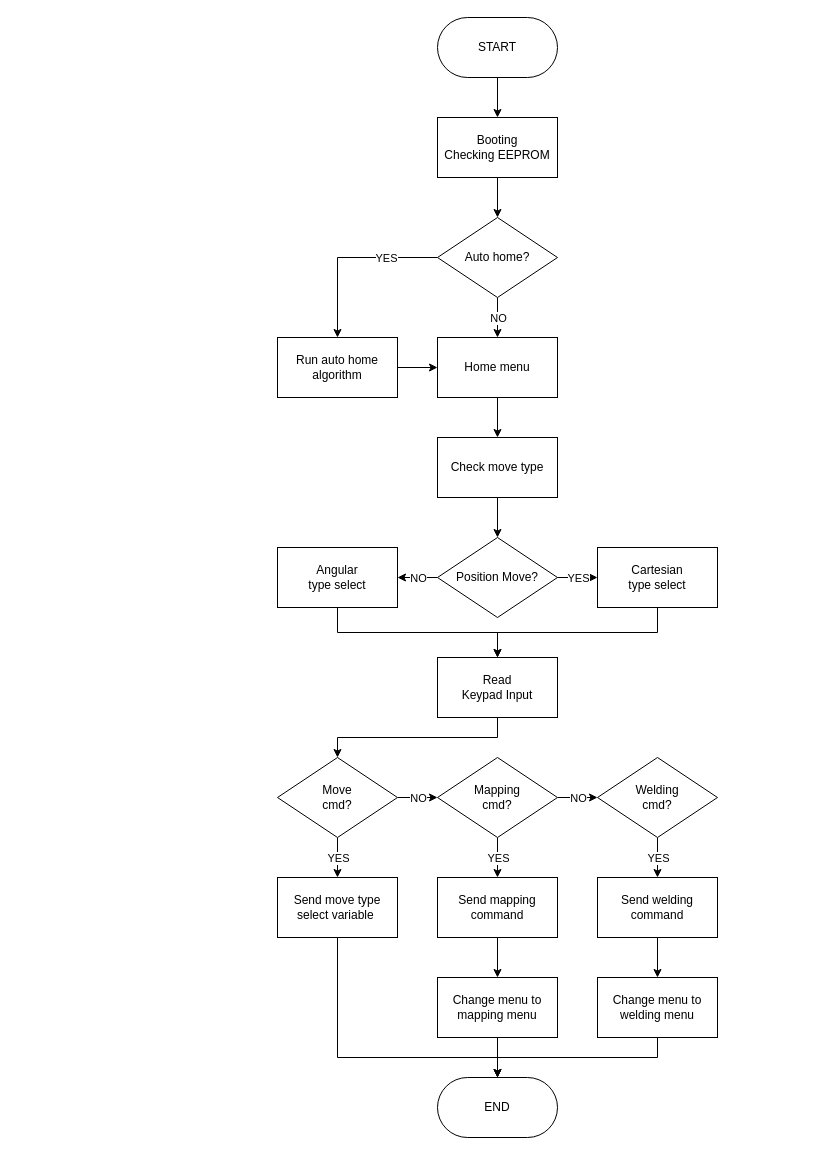
AlfonsusGiovanni/Welding-Arm-Manipulator keeps this draw.io diagram as page "Teach Pendant" (1 of 5) of Breakdown/Algorithm Flowchart.drawio. Above is the earlier version. Source tidied: cells renumbered, new cells numbered last; positions are measured from the earlier drawing's top-left corner, leaving out a move shared by most shapes. Both pictures are drawn from the tidied source at 100%, with x=0, y=0 at pixel (277, 17).
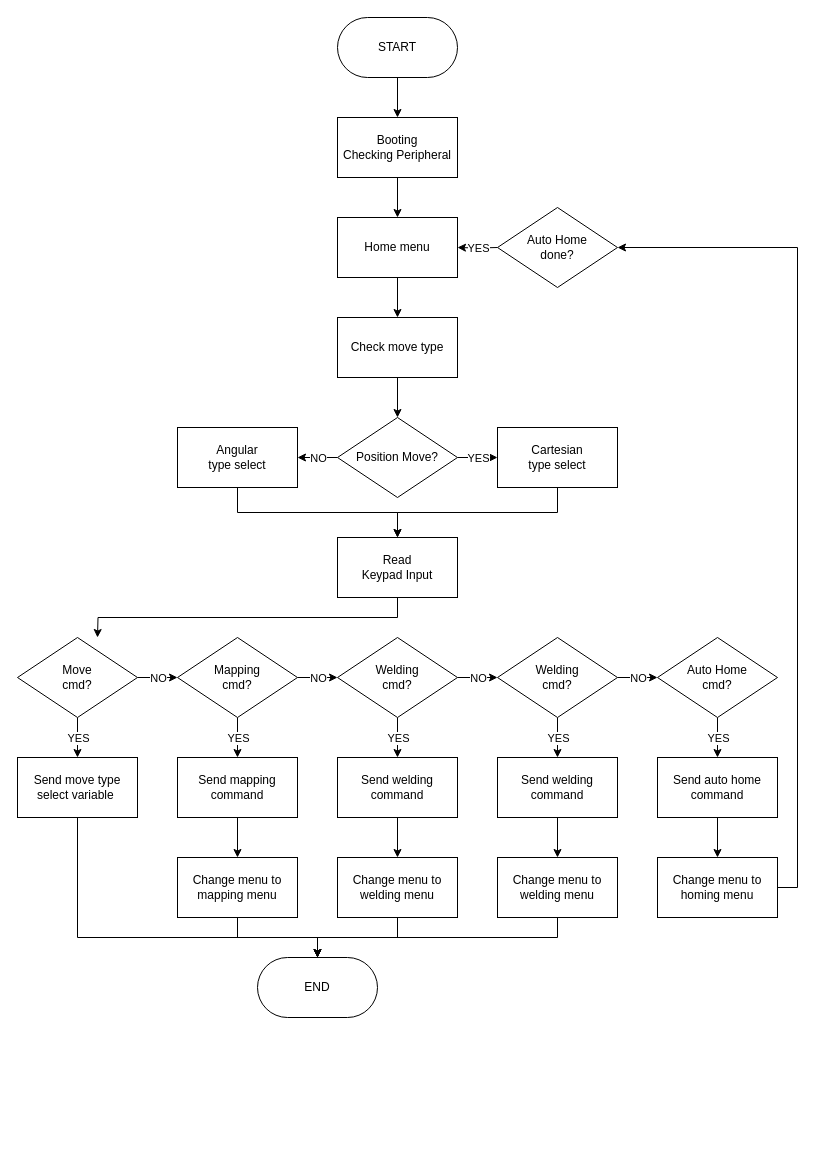
After the change.

Diff of the diagram source:
```diff
@@
-    <mxCell id="2" style="edgeStyle=orthogonalEdgeStyle;rounded=0;jettySize=auto;html=1;" parent="1" edge="1" source="3" target="10">
-      <mxGeometry relative="1" as="geometry" />
-    </mxCell>
+    <mxCell id="52" style="edgeStyle=orthogonalEdgeStyle;rounded=0;jettySize=auto;html=1;" parent="1" edge="1" source="3" target="12">
+      <mxGeometry relative="1" as="geometry" />
+    </mxCell>
-    <mxCell id="3" value="Booting&lt;div&gt;Checking EEPROM&lt;/div&gt;" style="rounded=0;whiteSpace=wrap;html=1;" parent="1" vertex="1">
-      <mxGeometry x="160" y="100" width="120" height="60" as="geometry" />
+    <mxCell id="3" value="Booting&lt;div&gt;Checking Peripheral&lt;/div&gt;" style="rounded=0;whiteSpace=wrap;html=1;" parent="1" vertex="1">
+      <mxGeometry x="60" y="100" width="120" height="60" as="geometry" />
     </mxCell>
@@
     <mxCell id="5" value="START" style="rounded=1;whiteSpace=wrap;html=1;arcSize=50;" parent="1" vertex="1">
-      <mxGeometry x="160" width="120" height="60" as="geometry" />
+      <mxGeometry x="60" width="120" height="60" as="geometry" />
     </mxCell>
-    <mxCell id="6" style="edgeStyle=orthogonalEdgeStyle;rounded=0;jettySize=auto;html=1;" parent="1" edge="1" source="10" target="12">
-      <mxGeometry relative="1" as="geometry" />
-    </mxCell>
-    <mxCell id="7" value="NO" style="edgeLabel;html=1;align=center;verticalAlign=middle;" parent="6" vertex="1">
-      <mxGeometry relative="1" as="geometry" />
-    </mxCell>
-    <mxCell id="8" style="edgeStyle=orthogonalEdgeStyle;rounded=0;jettySize=auto;html=1;entryX=0.5;entryY=0;entryDx=0;entryDy=0;" parent="1" edge="1" source="10" target="14">
-      <mxGeometry relative="1" as="geometry" />
-    </mxCell>
-    <mxCell id="9" value="YES" style="edgeLabel;html=1;align=center;verticalAlign=middle;" parent="8" vertex="1">
-      <mxGeometry relative="1" as="geometry">
-        <mxPoint x="38" as="offset" />
-      </mxGeometry>
-    </mxCell>
-    <mxCell id="10" value="Auto home?" style="rhombus;whiteSpace=wrap;html=1;" parent="1" vertex="1">
-      <mxGeometry x="160" y="200" width="120" height="80" as="geometry" />
-    </mxCell>
@@
     <mxCell id="12" value="Home menu" style="rounded=0;whiteSpace=wrap;html=1;" parent="1" vertex="1">
-      <mxGeometry x="160" y="320" width="120" height="60" as="geometry" />
+      <mxGeometry x="60" y="200" width="120" height="60" as="geometry" />
     </mxCell>
-    <mxCell id="13" style="edgeStyle=orthogonalEdgeStyle;rounded=0;jettySize=auto;html=1;exitX=1;exitY=0.5;exitDx=0;exitDy=0;entryX=0;entryY=0.5;entryDx=0;entryDy=0;" parent="1" edge="1" source="14" target="12">
-      <mxGeometry relative="1" as="geometry" />
-    </mxCell>
+    <mxCell id="53" style="edgeStyle=orthogonalEdgeStyle;rounded=0;jettySize=auto;html=1;" parent="1" edge="1" source="14" target="72">
+      <mxGeometry relative="1" as="geometry" />
+    </mxCell>
-    <mxCell id="14" value="Run auto home algorithm" style="rounded=0;whiteSpace=wrap;html=1;" parent="1" vertex="1">
-      <mxGeometry y="320" width="120" height="60" as="geometry" />
+    <mxCell id="14" value="Send auto home&lt;br&gt;command" style="rounded=0;whiteSpace=wrap;html=1;" parent="1" vertex="1">
+      <mxGeometry x="380" y="740" width="120" height="60" as="geometry" />
     </mxCell>
@@
     <mxCell id="16" value="Check move type" style="rounded=0;whiteSpace=wrap;html=1;" parent="1" vertex="1">
-      <mxGeometry x="160" y="420" width="120" height="60" as="geometry" />
+      <mxGeometry x="60" y="300" width="120" height="60" as="geometry" />
     </mxCell>
-    <mxCell id="17" style="edgeStyle=orthogonalEdgeStyle;rounded=0;jettySize=auto;html=1;exitX=0.5;exitY=1;exitDx=0;exitDy=0;entryX=0.5;entryY=0;entryDx=0;entryDy=0;" parent="1" edge="1" source="18" target="32">
-      <mxGeometry relative="1" as="geometry" />
+    <mxCell id="17" style="edgeStyle=orthogonalEdgeStyle;rounded=0;jettySize=auto;html=1;exitX=0.5;exitY=1;exitDx=0;exitDy=0;entryX=0.5;entryY=0;entryDx=0;entryDy=0;" parent="1" edge="1" source="18">
+      <mxGeometry relative="1" as="geometry">
+        <mxPoint x="-180" y="620" as="targetPoint" />
+      </mxGeometry>
     </mxCell>
     <mxCell id="18" value="Read&lt;div&gt;Keypad Input&lt;/div&gt;" style="rounded=0;whiteSpace=wrap;html=1;" parent="1" vertex="1">
-      <mxGeometry x="160" y="640" width="120" height="60" as="geometry" />
+      <mxGeometry x="60" y="520" width="120" height="60" as="geometry" />
     </mxCell>
@@
     <mxCell id="23" value="Position Move?" style="rhombus;whiteSpace=wrap;html=1;" parent="1" vertex="1">
-      <mxGeometry x="160" y="520" width="120" height="80" as="geometry" />
+      <mxGeometry x="60" y="400" width="120" height="80" as="geometry" />
     </mxCell>
@@
     <mxCell id="25" value="Cartesian&lt;div&gt;type&amp;nbsp;&lt;span style=&quot;background-color: initial;&quot;&gt;select&lt;/span&gt;&lt;/div&gt;" style="rounded=0;whiteSpace=wrap;html=1;" parent="1" vertex="1">
-      <mxGeometry x="320" y="530" width="120" height="60" as="geometry" />
+      <mxGeometry x="220" y="410" width="120" height="60" as="geometry" />
     </mxCell>
@@
     <mxCell id="27" value="Angular&lt;div&gt;type&amp;nbsp;&lt;span style=&quot;background-color: initial;&quot;&gt;select&lt;/span&gt;&lt;/div&gt;" style="rounded=0;whiteSpace=wrap;html=1;" parent="1" vertex="1">
-      <mxGeometry y="530" width="120" height="60" as="geometry" />
+      <mxGeometry x="-100" y="410" width="120" height="60" as="geometry" />
     </mxCell>
@@
     <mxCell id="32" value="Move&lt;div&gt;cmd?&lt;/div&gt;" style="rhombus;whiteSpace=wrap;html=1;" parent="1" vertex="1">
-      <mxGeometry y="740" width="120" height="80" as="geometry" />
+      <mxGeometry x="-260" y="620" width="120" height="80" as="geometry" />
     </mxCell>
     <mxCell id="33" style="edgeStyle=orthogonalEdgeStyle;rounded=0;jettySize=auto;html=1;exitX=0.5;exitY=1;exitDx=0;exitDy=0;entryX=0.5;entryY=0;entryDx=0;entryDy=0;" parent="1" edge="1" source="34" target="35">
       <mxGeometry relative="1" as="geometry">
         <Array as="points">
-          <mxPoint x="60" y="1040" />
-          <mxPoint x="220" y="1040" />
+          <mxPoint x="-200" y="920" />
+          <mxPoint x="40" y="920" />
         </Array>
       </mxGeometry>
     </mxCell>
     <mxCell id="34" value="Send move type select variable&amp;nbsp;" style="rounded=0;whiteSpace=wrap;html=1;" parent="1" vertex="1">
-      <mxGeometry y="860" width="120" height="60" as="geometry" />
+      <mxGeometry x="-260" y="740" width="120" height="60" as="geometry" />
     </mxCell>
     <mxCell id="35" value="END" style="rounded=1;whiteSpace=wrap;html=1;arcSize=50;" parent="1" vertex="1">
-      <mxGeometry x="160" y="1060" width="120" height="60" as="geometry" />
+      <mxGeometry x="-20" y="940" width="120" height="60" as="geometry" />
     </mxCell>
@@
     <mxCell id="40" value="Mapping&lt;div&gt;cmd?&lt;/div&gt;" style="rhombus;whiteSpace=wrap;html=1;" parent="1" vertex="1">
-      <mxGeometry x="160" y="740" width="120" height="80" as="geometry" />
+      <mxGeometry x="-100" y="620" width="120" height="80" as="geometry" />
     </mxCell>
@@
+    <mxCell id="54" style="edgeStyle=orthogonalEdgeStyle;rounded=0;jettySize=auto;html=1;" parent="1" edge="1" source="43" target="60">
+      <mxGeometry relative="1" as="geometry" />
+    </mxCell>
+    <mxCell id="55" value="NO" style="edgeLabel;html=1;align=center;verticalAlign=middle;" parent="54" vertex="1">
+      <mxGeometry relative="1" as="geometry" />
+    </mxCell>
     <mxCell id="43" value="Welding&lt;div&gt;cmd?&lt;/div&gt;" style="rhombus;whiteSpace=wrap;html=1;" parent="1" vertex="1">
-      <mxGeometry x="320" y="740" width="120" height="80" as="geometry" />
+      <mxGeometry x="60" y="620" width="120" height="80" as="geometry" />
     </mxCell>
@@
     <mxCell id="45" value="Send mapping command" style="rounded=0;whiteSpace=wrap;html=1;" parent="1" vertex="1">
-      <mxGeometry x="160" y="860" width="120" height="60" as="geometry" />
+      <mxGeometry x="-100" y="740" width="120" height="60" as="geometry" />
     </mxCell>
@@
     <mxCell id="47" value="Send welding command" style="rounded=0;whiteSpace=wrap;html=1;" parent="1" vertex="1">
-      <mxGeometry x="320" y="860" width="120" height="60" as="geometry" />
+      <mxGeometry x="60" y="740" width="120" height="60" as="geometry" />
     </mxCell>
@@
     <mxCell id="49" value="Change menu to mapping menu" style="rounded=0;whiteSpace=wrap;html=1;" parent="1" vertex="1">
-      <mxGeometry x="160" y="960" width="120" height="60" as="geometry" />
+      <mxGeometry x="-100" y="840" width="120" height="60" as="geometry" />
     </mxCell>
@@
     <mxCell id="51" value="Change menu to welding menu" style="rounded=0;whiteSpace=wrap;html=1;" parent="1" vertex="1">
-      <mxGeometry x="320" y="960" width="120" height="60" as="geometry" />
+      <mxGeometry x="60" y="840" width="120" height="60" as="geometry" />
     </mxCell>
+    <mxCell id="56" style="edgeStyle=orthogonalEdgeStyle;rounded=0;jettySize=auto;html=1;" parent="1" edge="1" source="60" target="62">
+      <mxGeometry relative="1" as="geometry" />
+    </mxCell>
+    <mxCell id="57" value="YES" style="edgeLabel;html=1;align=center;verticalAlign=middle;" parent="56" vertex="1">
+      <mxGeometry relative="1" as="geometry" />
+    </mxCell>
+    <mxCell id="58" style="edgeStyle=orthogonalEdgeStyle;rounded=0;jettySize=auto;html=1;" parent="1" edge="1" source="60">
+      <mxGeometry relative="1" as="geometry">
+        <mxPoint x="380" y="660" as="targetPoint" />
+      </mxGeometry>
+    </mxCell>
+    <mxCell id="59" value="NO" style="edgeLabel;html=1;align=center;verticalAlign=middle;" parent="58" vertex="1">
+      <mxGeometry relative="1" as="geometry" />
+    </mxCell>
+    <mxCell id="60" value="Welding&lt;div&gt;cmd?&lt;/div&gt;" style="rhombus;whiteSpace=wrap;html=1;" parent="1" vertex="1">
+      <mxGeometry x="220" y="620" width="120" height="80" as="geometry" />
+    </mxCell>
+    <mxCell id="61" style="edgeStyle=orthogonalEdgeStyle;rounded=0;jettySize=auto;html=1;" parent="1" edge="1" source="62" target="64">
+      <mxGeometry relative="1" as="geometry" />
+    </mxCell>
+    <mxCell id="62" value="Send welding command" style="rounded=0;whiteSpace=wrap;html=1;" parent="1" vertex="1">
+      <mxGeometry x="220" y="740" width="120" height="60" as="geometry" />
+    </mxCell>
+    <mxCell id="63" style="edgeStyle=orthogonalEdgeStyle;rounded=0;jettySize=auto;html=1;exitX=0.5;exitY=1;exitDx=0;exitDy=0;entryX=0.5;entryY=0;entryDx=0;entryDy=0;" parent="1" edge="1" source="64" target="35">
+      <mxGeometry relative="1" as="geometry" />
+    </mxCell>
+    <mxCell id="64" value="Change menu to welding menu" style="rounded=0;whiteSpace=wrap;html=1;" parent="1" vertex="1">
+      <mxGeometry x="220" y="840" width="120" height="60" as="geometry" />
+    </mxCell>
+    <mxCell id="65" style="edgeStyle=orthogonalEdgeStyle;rounded=0;jettySize=auto;html=1;" parent="1" edge="1" source="67" target="14">
+      <mxGeometry relative="1" as="geometry" />
+    </mxCell>
+    <mxCell id="66" value="YES" style="edgeLabel;html=1;align=center;verticalAlign=middle;" parent="65" vertex="1">
+      <mxGeometry relative="1" as="geometry" />
+    </mxCell>
+    <mxCell id="67" value="Auto Home&lt;br&gt;cmd?" style="rhombus;whiteSpace=wrap;html=1;" parent="1" vertex="1">
+      <mxGeometry x="380" y="620" width="120" height="80" as="geometry" />
+    </mxCell>
+    <mxCell id="68" style="edgeStyle=orthogonalEdgeStyle;rounded=0;jettySize=auto;html=1;" parent="1" edge="1" target="12">
+      <mxGeometry relative="1" as="geometry">
+        <mxPoint x="220" y="230" as="sourcePoint" />
+      </mxGeometry>
+    </mxCell>
+    <mxCell id="69" value="YES" style="edgeLabel;html=1;align=center;verticalAlign=middle;" parent="68" vertex="1">
+      <mxGeometry relative="1" as="geometry" />
+    </mxCell>
+    <mxCell id="70" value="Auto Home&lt;br&gt;done?" style="rhombus;whiteSpace=wrap;html=1;" parent="1" vertex="1">
+      <mxGeometry x="220" y="190" width="120" height="80" as="geometry" />
+    </mxCell>
+    <mxCell id="71" style="edgeStyle=orthogonalEdgeStyle;rounded=0;jettySize=auto;html=1;exitX=1;exitY=0.5;exitDx=0;exitDy=0;entryX=1;entryY=0.5;entryDx=0;entryDy=0;" parent="1" edge="1" source="72" target="70">
+      <mxGeometry relative="1" as="geometry" />
+    </mxCell>
+    <mxCell id="72" value="Change menu to homing menu" style="rounded=0;whiteSpace=wrap;html=1;" parent="1" vertex="1">
+      <mxGeometry x="380" y="840" width="120" height="60" as="geometry" />
+    </mxCell>
```
